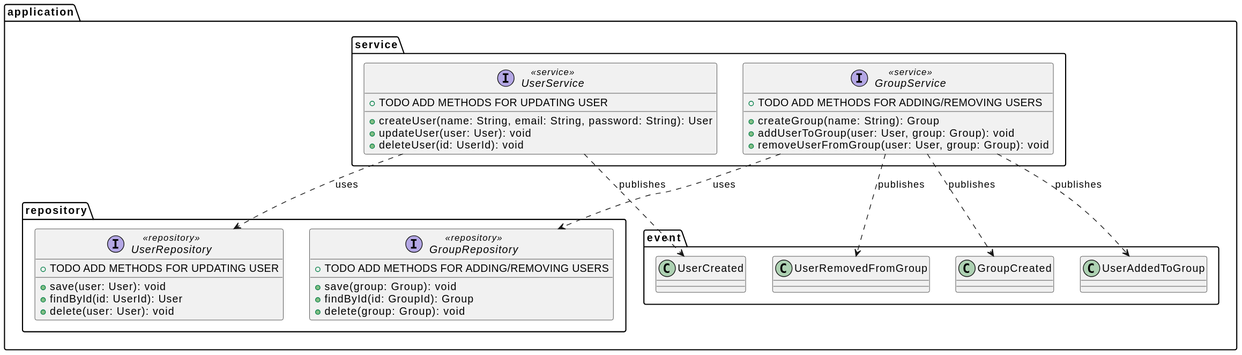
The PlantUML diagram res/user-group-service-application-light.svg in position-pal/position-pal.github.io, before a commit.
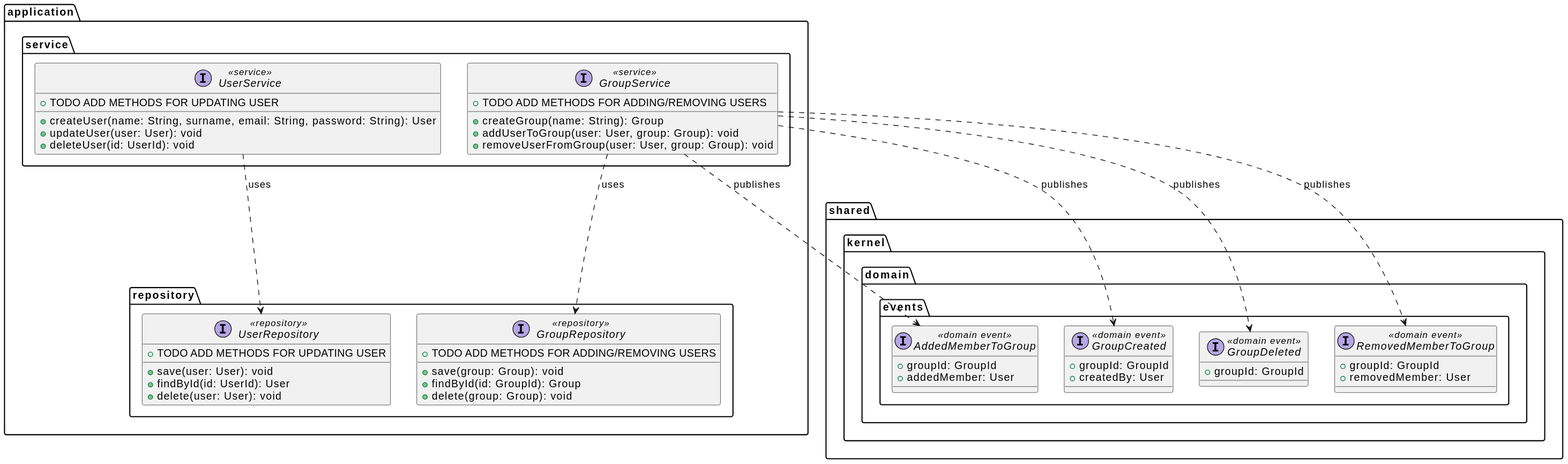
Above is the later version.

Diff of the diagram source:
```diff
@@ -1,5 +1,5 @@
 @startuml
-package application{
+package application {
   package repository {
     interface UserRepository <<repository>> {
       + save(user: User): void
@@ -19,7 +19,7 @@
 
   package service {
     interface UserService <<service>> {
-      + createUser(name: String, email: String, password: String): User
+      + createUser(name: String, surname, email: String, password: String): User
       + updateUser(user: User): void
       + deleteUser(id: UserId): void
 
@@ -30,14 +30,33 @@
       + addUserToGroup(user: User, group: Group): void
       + removeUserFromGroup(user: User, group: Group): void
 
-            + TODO ADD METHODS FOR ADDING/REMOVING USERS
+      + TODO ADD METHODS FOR ADDING/REMOVING USERS
     }
   }
-  service.UserService ..> repository.UserRepository : uses
-  service.GroupService ..> repository.GroupRepository : uses
-  service.UserService ..> event.UserCreated : publishes
-  service.GroupService ..> event.GroupCreated : publishes
-  service.GroupService ..> event.UserAddedToGroup : publishes
-  service.GroupService ..> event.UserRemovedFromGroup : publishes
 }
+
+package shared.kernel.domain.events {
+    interface AddedMemberToGroup <<domain event>> {
+        + groupId: GroupId
+        + addedMember: User
+    }
+    interface GroupCreated <<domain event>> {
+        + groupId: GroupId
+        + createdBy: User
+    }
+    interface GroupDeleted <<domain event>> {
+        + groupId: GroupId
+    }
+    interface RemovedMemberToGroup <<domain event>> {
+        + groupId: GroupId
+        + removedMember: User
+    }
+}
+
+  application.service.UserService ..> application.repository.UserRepository : uses
+  application.service.GroupService ..> application.repository.GroupRepository : uses
+  application.service.GroupService ..> shared.kernel.domain.events.GroupDeleted : publishes
+  application.service.GroupService ..> shared.kernel.domain.events.GroupCreated : publishes
+  application.service.GroupService ..> shared.kernel.domain.events.AddedMemberToGroup : publishes
+  application.service.GroupService ..> shared.kernel.domain.events.RemovedMemberToGroup : publishes
 @enduml
```
